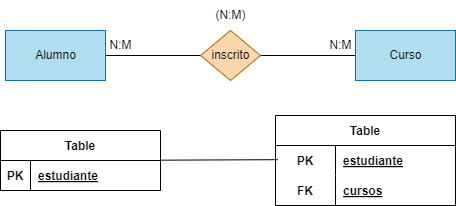
Before: BAE/Tareas/Unidad2/Images/Ejercicio6.drawio.png, a diagram exported from draw.io (ResetMeNow/DAW). Source tidied: cells renumbered, new cells last; positions are measured from the earlier drawing's top-left corner, leaving out a move shared by most shapes. Its diagram source:
```xml
<mxGraphModel>
  <root>
    <mxCell id="0" />
    <mxCell id="1" parent="0" />
    <mxCell id="2" style="edgeStyle=none;html=1;entryX=0;entryY=0.5;entryDx=0;entryDy=0;endArrow=none;endFill=0;" parent="1" edge="1" source="3" target="6">
      <mxGeometry relative="1" as="geometry" />
    </mxCell>
    <mxCell id="3" value="Alumno" style="html=1;dashed=0;whitespace=wrap;fillColor=#b1ddf0;strokeColor=#10739e;" parent="1" vertex="1">
      <mxGeometry x="5" y="30" width="100" height="50" as="geometry" />
    </mxCell>
    <mxCell id="4" style="edgeStyle=none;html=1;entryX=1;entryY=0.5;entryDx=0;entryDy=0;endArrow=none;endFill=0;" parent="1" edge="1" source="5" target="6">
      <mxGeometry relative="1" as="geometry" />
    </mxCell>
    <mxCell id="5" value="Curso" style="html=1;dashed=0;whitespace=wrap;fillColor=#b1ddf0;strokeColor=#10739e;" parent="1" vertex="1">
      <mxGeometry x="355" y="30" width="100" height="50" as="geometry" />
    </mxCell>
    <mxCell id="6" value="inscrito" style="shape=rhombus;html=1;dashed=0;whitespace=wrap;perimeter=rhombusPerimeter;fillColor=#fad7ac;strokeColor=#b46504;" parent="1" vertex="1">
      <mxGeometry x="200" y="30" width="60" height="50" as="geometry" />
    </mxCell>
    <mxCell id="7" value="N:M" style="text;html=1;align=center;verticalAlign=middle;strokeColor=none;fillColor=none;" parent="1" vertex="1">
      <mxGeometry x="95" y="30" width="50" height="30" as="geometry" />
    </mxCell>
    <mxCell id="8" value="N:M" style="text;html=1;align=center;verticalAlign=middle;strokeColor=none;fillColor=none;" parent="1" vertex="1">
      <mxGeometry x="315" y="30" width="50" height="30" as="geometry" />
    </mxCell>
    <mxCell id="9" value="(N:M)" style="text;html=1;align=center;verticalAlign=middle;strokeColor=none;fillColor=none;" parent="1" vertex="1">
      <mxGeometry x="205" width="50" height="30" as="geometry" />
    </mxCell>
    <mxCell id="10" style="edgeStyle=none;html=1;entryX=0.04;entryY=-0.027;entryDx=0;entryDy=0;entryPerimeter=0;endArrow=none;endFill=0;" parent="1" edge="1" source="11">
      <mxGeometry relative="1" as="geometry">
        <mxPoint x="277.2" y="159.2" as="targetPoint" />
      </mxGeometry>
    </mxCell>
    <mxCell id="11" value="Table" style="shape=table;startSize=30;rowLines=0;fontStyle=1;align=center;" parent="1" vertex="1">
      <mxGeometry y="130" width="160" height="60" as="geometry" />
    </mxCell>
    <mxCell id="12" style="shape=tableRow;horizontal=0;startSize=0;swimlaneHead=0;swimlaneBody=0;fillColor=none;top=0;left=0;right=0;bottom=1;" parent="11" vertex="1">
      <mxGeometry y="30" width="160" height="30" as="geometry" />
    </mxCell>
    <mxCell id="13" value="PK" style="shape=partialRectangle;fillColor=none;top=0;left=0;bottom=0;right=0;fontStyle=1;overflow=hidden;" parent="12" vertex="1">
      <mxGeometry width="30" height="30" as="geometry" />
    </mxCell>
    <mxCell id="14" value="estudiante" style="shape=partialRectangle;fillColor=none;top=0;left=0;bottom=0;right=0;align=left;spacingLeft=6;fontStyle=5;overflow=hidden;" parent="12" vertex="1">
      <mxGeometry x="30" width="130" height="30" as="geometry" />
    </mxCell>
    <mxCell id="15" value="Table" style="shape=table;startSize=30;rowLines=0;fontStyle=1;align=center;" parent="1" vertex="1">
      <mxGeometry x="275" y="115" width="180" height="90" as="geometry" />
    </mxCell>
    <mxCell id="16" style="shape=tableRow;horizontal=0;startSize=0;swimlaneHead=0;swimlaneBody=0;fillColor=none;top=0;left=0;right=0;bottom=0;" parent="15" vertex="1">
      <mxGeometry y="30" width="180" height="30" as="geometry" />
    </mxCell>
    <mxCell id="17" value="PK" style="shape=partialRectangle;fillColor=none;top=0;left=0;bottom=0;right=0;fontStyle=1;overflow=hidden;" parent="16" vertex="1">
      <mxGeometry width="60" height="30" as="geometry" />
    </mxCell>
    <mxCell id="18" value="estudiante" style="shape=partialRectangle;fillColor=none;top=0;left=0;bottom=0;right=0;align=left;spacingLeft=6;fontStyle=5;overflow=hidden;" parent="16" vertex="1">
      <mxGeometry x="60" width="120" height="30" as="geometry" />
    </mxCell>
    <mxCell id="19" style="shape=tableRow;horizontal=0;startSize=0;swimlaneHead=0;swimlaneBody=0;fillColor=none;top=0;left=0;right=0;bottom=1;" parent="15" vertex="1">
      <mxGeometry y="60" width="180" height="30" as="geometry" />
    </mxCell>
    <mxCell id="20" value="FK" style="shape=partialRectangle;fillColor=none;top=0;left=0;bottom=0;right=0;fontStyle=1;overflow=hidden;" parent="19" vertex="1">
      <mxGeometry width="60" height="30" as="geometry" />
    </mxCell>
    <mxCell id="21" value="cursos" style="shape=partialRectangle;fillColor=none;top=0;left=0;bottom=0;right=0;align=left;spacingLeft=6;fontStyle=5;overflow=hidden;" parent="19" vertex="1">
      <mxGeometry x="60" width="120" height="30" as="geometry" />
    </mxCell>
  </root>
</mxGraphModel>
```
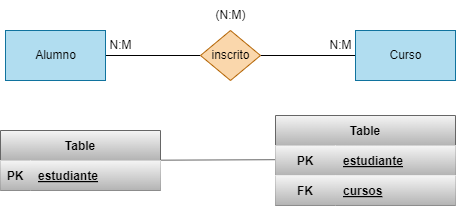
After the change.

What changed in the source:
```diff
@@ -26,42 +26,42 @@
     <mxCell id="9" value="(N:M)" style="text;html=1;align=center;verticalAlign=middle;strokeColor=none;fillColor=none;" parent="1" vertex="1">
       <mxGeometry x="205" width="50" height="30" as="geometry" />
     </mxCell>
-    <mxCell id="10" style="edgeStyle=none;html=1;entryX=0.04;entryY=-0.027;entryDx=0;entryDy=0;entryPerimeter=0;endArrow=none;endFill=0;" parent="1" edge="1" source="11">
+    <mxCell id="10" style="edgeStyle=none;html=1;entryX=0.04;entryY=-0.027;entryDx=0;entryDy=0;entryPerimeter=0;endArrow=none;endFill=0;fillColor=#f5f5f5;gradientColor=#b3b3b3;strokeColor=#666666;" parent="1" edge="1" source="11">
       <mxGeometry relative="1" as="geometry">
         <mxPoint x="277.2" y="159.2" as="targetPoint" />
       </mxGeometry>
     </mxCell>
-    <mxCell id="11" value="Table" style="shape=table;startSize=30;rowLines=0;fontStyle=1;align=center;" parent="1" vertex="1">
+    <mxCell id="11" value="Table" style="shape=table;startSize=30;rowLines=0;fontStyle=1;align=center;fillColor=#f5f5f5;gradientColor=#b3b3b3;strokeColor=#666666;" parent="1" vertex="1">
       <mxGeometry y="130" width="160" height="60" as="geometry" />
     </mxCell>
-    <mxCell id="12" style="shape=tableRow;horizontal=0;startSize=0;swimlaneHead=0;swimlaneBody=0;fillColor=none;top=0;left=0;right=0;bottom=1;" parent="11" vertex="1">
+    <mxCell id="12" style="shape=tableRow;horizontal=0;startSize=0;swimlaneHead=0;swimlaneBody=0;fillColor=#f5f5f5;top=0;left=0;right=0;bottom=1;gradientColor=#b3b3b3;strokeColor=#666666;" parent="11" vertex="1">
       <mxGeometry y="30" width="160" height="30" as="geometry" />
     </mxCell>
-    <mxCell id="13" value="PK" style="shape=partialRectangle;fillColor=none;top=0;left=0;bottom=0;right=0;fontStyle=1;overflow=hidden;" parent="12" vertex="1">
+    <mxCell id="13" value="PK" style="shape=partialRectangle;fillColor=#f5f5f5;top=0;left=0;bottom=0;right=0;fontStyle=1;overflow=hidden;gradientColor=#b3b3b3;strokeColor=#666666;" parent="12" vertex="1">
       <mxGeometry width="30" height="30" as="geometry" />
     </mxCell>
-    <mxCell id="14" value="estudiante" style="shape=partialRectangle;fillColor=none;top=0;left=0;bottom=0;right=0;align=left;spacingLeft=6;fontStyle=5;overflow=hidden;" parent="12" vertex="1">
+    <mxCell id="14" value="estudiante" style="shape=partialRectangle;fillColor=#f5f5f5;top=0;left=0;bottom=0;right=0;align=left;spacingLeft=6;fontStyle=5;overflow=hidden;gradientColor=#b3b3b3;strokeColor=#666666;" parent="12" vertex="1">
       <mxGeometry x="30" width="130" height="30" as="geometry" />
     </mxCell>
-    <mxCell id="15" value="Table" style="shape=table;startSize=30;rowLines=0;fontStyle=1;align=center;" parent="1" vertex="1">
+    <mxCell id="15" value="Table" style="shape=table;startSize=30;rowLines=0;fontStyle=1;align=center;fillColor=#f5f5f5;gradientColor=#b3b3b3;strokeColor=#666666;" parent="1" vertex="1">
       <mxGeometry x="275" y="115" width="180" height="90" as="geometry" />
     </mxCell>
-    <mxCell id="16" style="shape=tableRow;horizontal=0;startSize=0;swimlaneHead=0;swimlaneBody=0;fillColor=none;top=0;left=0;right=0;bottom=0;" parent="15" vertex="1">
+    <mxCell id="16" style="shape=tableRow;horizontal=0;startSize=0;swimlaneHead=0;swimlaneBody=0;fillColor=#f5f5f5;top=0;left=0;right=0;bottom=0;gradientColor=#b3b3b3;strokeColor=#666666;" parent="15" vertex="1">
       <mxGeometry y="30" width="180" height="30" as="geometry" />
     </mxCell>
-    <mxCell id="17" value="PK" style="shape=partialRectangle;fillColor=none;top=0;left=0;bottom=0;right=0;fontStyle=1;overflow=hidden;" parent="16" vertex="1">
+    <mxCell id="17" value="PK" style="shape=partialRectangle;fillColor=#f5f5f5;top=0;left=0;bottom=0;right=0;fontStyle=1;overflow=hidden;gradientColor=#b3b3b3;strokeColor=#666666;" parent="16" vertex="1">
       <mxGeometry width="60" height="30" as="geometry" />
     </mxCell>
-    <mxCell id="18" value="estudiante" style="shape=partialRectangle;fillColor=none;top=0;left=0;bottom=0;right=0;align=left;spacingLeft=6;fontStyle=5;overflow=hidden;" parent="16" vertex="1">
+    <mxCell id="18" value="estudiante" style="shape=partialRectangle;fillColor=#f5f5f5;top=0;left=0;bottom=0;right=0;align=left;spacingLeft=6;fontStyle=5;overflow=hidden;gradientColor=#b3b3b3;strokeColor=#666666;" parent="16" vertex="1">
       <mxGeometry x="60" width="120" height="30" as="geometry" />
     </mxCell>
-    <mxCell id="19" style="shape=tableRow;horizontal=0;startSize=0;swimlaneHead=0;swimlaneBody=0;fillColor=none;top=0;left=0;right=0;bottom=1;" parent="15" vertex="1">
+    <mxCell id="19" style="shape=tableRow;horizontal=0;startSize=0;swimlaneHead=0;swimlaneBody=0;fillColor=#f5f5f5;top=0;left=0;right=0;bottom=1;gradientColor=#b3b3b3;strokeColor=#666666;" parent="15" vertex="1">
       <mxGeometry y="60" width="180" height="30" as="geometry" />
     </mxCell>
-    <mxCell id="20" value="FK" style="shape=partialRectangle;fillColor=none;top=0;left=0;bottom=0;right=0;fontStyle=1;overflow=hidden;" parent="19" vertex="1">
+    <mxCell id="20" value="FK" style="shape=partialRectangle;fillColor=#f5f5f5;top=0;left=0;bottom=0;right=0;fontStyle=1;overflow=hidden;gradientColor=#b3b3b3;strokeColor=#666666;" parent="19" vertex="1">
       <mxGeometry width="60" height="30" as="geometry" />
     </mxCell>
-    <mxCell id="21" value="cursos" style="shape=partialRectangle;fillColor=none;top=0;left=0;bottom=0;right=0;align=left;spacingLeft=6;fontStyle=5;overflow=hidden;" parent="19" vertex="1">
+    <mxCell id="21" value="cursos" style="shape=partialRectangle;fillColor=#f5f5f5;top=0;left=0;bottom=0;right=0;align=left;spacingLeft=6;fontStyle=5;overflow=hidden;gradientColor=#b3b3b3;strokeColor=#666666;" parent="19" vertex="1">
       <mxGeometry x="60" width="120" height="30" as="geometry" />
     </mxCell>
   </root>
```
